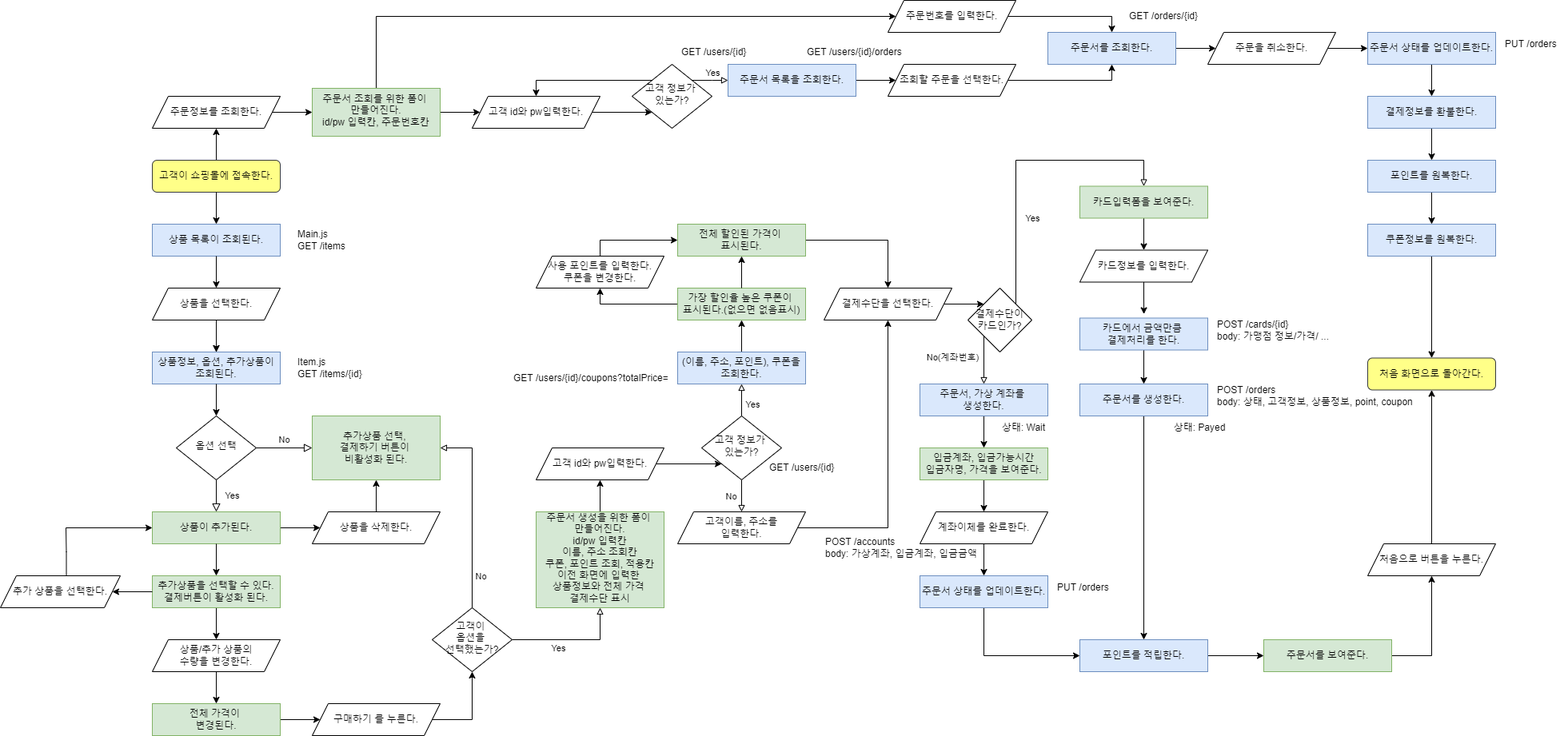
The draw.io diagram DaouShop FlowChart.drawio.png in lianachoi/DaouShopping, before a commit. Source tidied: cells renumbered, new cells last; positions are measured from the earlier drawing's top-left corner, leaving out a move shared by most shapes.
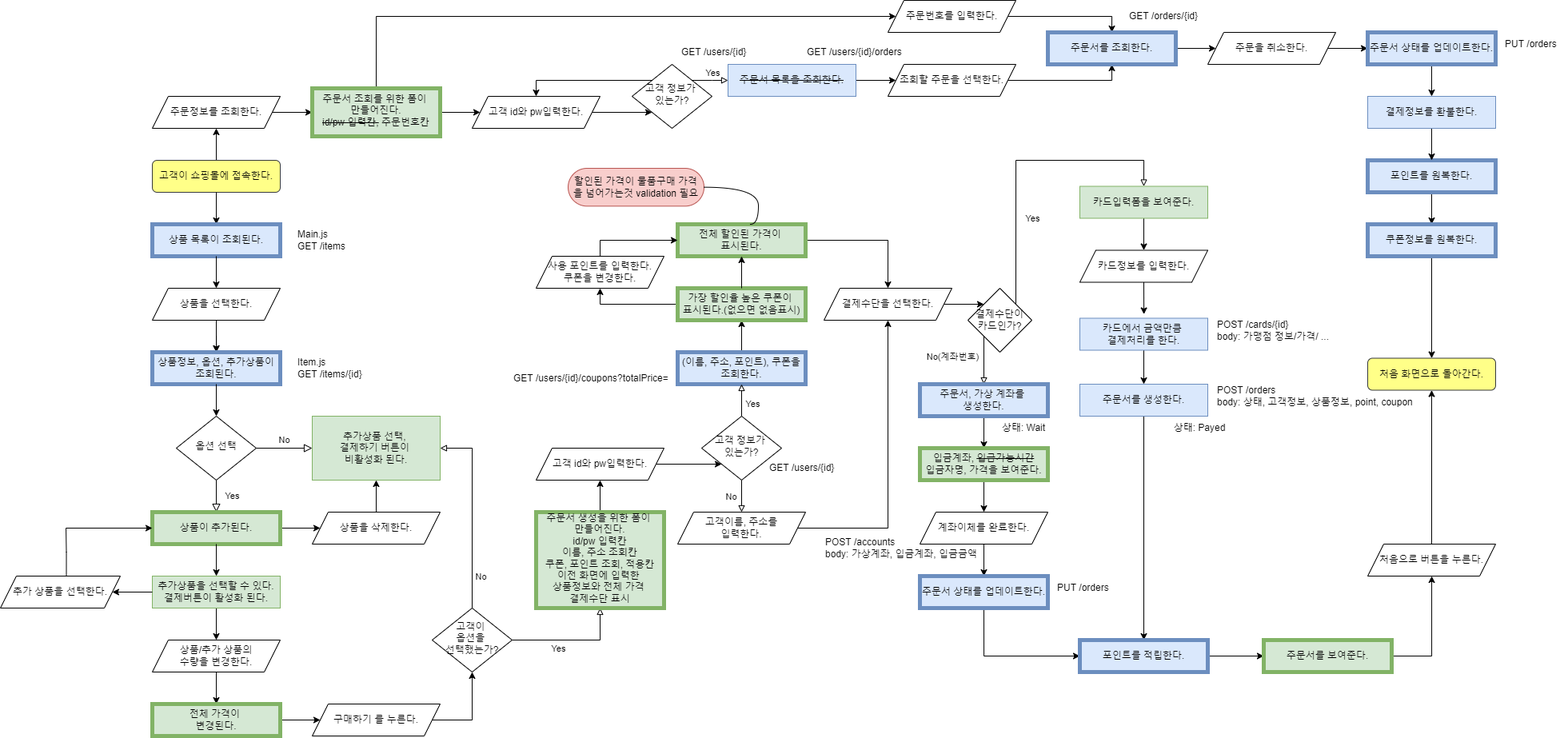
After the commit.

Commit message:
개발 진행건 표시

What changed in the source:
```diff
@@ -23,7 +23,7 @@
     <mxCell id="8" style="edgeStyle=orthogonalEdgeStyle;rounded=0;jettySize=auto;html=1;exitX=0.5;exitY=1;exitDx=0;exitDy=0;" parent="1" edge="1" source="3" target="9">
       <mxGeometry relative="1" as="geometry" />
     </mxCell>
-    <mxCell id="9" value="상품 목록이 조회된다." style="rounded=0;whiteSpace=wrap;html=1;fontSize=12;glass=0;strokeWidth=1;shadow=0;fillColor=#dae8fc;strokeColor=#6c8ebf;" parent="1" vertex="1">
+    <mxCell id="9" value="상품 목록이 조회된다." style="rounded=0;whiteSpace=wrap;html=1;fontSize=12;glass=0;strokeWidth=5;shadow=0;fillColor=#dae8fc;strokeColor=#6c8ebf;" parent="1" vertex="1">
       <mxGeometry x="190" y="280" width="160" height="40" as="geometry" />
     </mxCell>
     <mxCell id="10" style="edgeStyle=orthogonalEdgeStyle;rounded=0;jettySize=auto;html=1;exitX=0.5;exitY=1;exitDx=0;exitDy=0;" parent="1" edge="1" source="9">
@@ -47,7 +47,7 @@
         <mxPoint x="270" y="420" as="sourcePoint" />
       </mxGeometry>
     </mxCell>
-    <mxCell id="15" value="상품정보, 옵션, 추가상품이 조회된다." style="rounded=0;whiteSpace=wrap;html=1;fontSize=12;glass=0;strokeWidth=1;shadow=0;fillColor=#dae8fc;strokeColor=#6c8ebf;" parent="1" vertex="1">
+    <mxCell id="15" value="상품정보, 옵션, 추가상품이 조회된다." style="rounded=0;whiteSpace=wrap;html=1;fontSize=12;glass=0;strokeWidth=5;shadow=0;fillColor=#dae8fc;strokeColor=#6c8ebf;" parent="1" vertex="1">
       <mxGeometry x="190" y="440" width="160" height="40" as="geometry" />
     </mxCell>
     <mxCell id="16" style="edgeStyle=orthogonalEdgeStyle;rounded=0;jettySize=auto;html=1;entryX=0.5;entryY=0;entryDx=0;entryDy=0;" parent="1" edge="1" target="6">
@@ -58,7 +58,7 @@
     <mxCell id="17" style="edgeStyle=orthogonalEdgeStyle;rounded=0;jettySize=auto;html=1;entryX=0;entryY=0.5;entryDx=0;entryDy=0;" parent="1" edge="1" source="18" target="40">
       <mxGeometry relative="1" as="geometry" />
     </mxCell>
-    <mxCell id="18" value="상품이 추가된다." style="rounded=0;whiteSpace=wrap;html=1;fontSize=12;glass=0;strokeWidth=1;shadow=0;fillColor=#d5e8d4;strokeColor=#82b366;" parent="1" vertex="1">
+    <mxCell id="18" value="상품이 추가된다." style="rounded=0;whiteSpace=wrap;html=1;fontSize=12;glass=0;strokeWidth=5;shadow=0;fillColor=#d5e8d4;strokeColor=#82b366;" parent="1" vertex="1">
       <mxGeometry x="190" y="640" width="160" height="40" as="geometry" />
     </mxCell>
     <mxCell id="19" style="edgeStyle=orthogonalEdgeStyle;rounded=0;jettySize=auto;html=1;exitX=0.5;exitY=1;exitDx=0;exitDy=0;entryX=0.5;entryY=0;entryDx=0;entryDy=0;" parent="1" edge="1" source="18" target="22">
@@ -109,7 +109,7 @@
     <mxCell id="27" style="edgeStyle=orthogonalEdgeStyle;rounded=0;jettySize=auto;html=1;entryX=0;entryY=0.5;entryDx=0;entryDy=0;" parent="1" edge="1" source="28" target="43">
       <mxGeometry relative="1" as="geometry" />
     </mxCell>
-    <mxCell id="28" value="전체 가격이 &lt;br&gt;변경된다." style="whiteSpace=wrap;html=1;rounded=0;glass=0;strokeWidth=1;shadow=0;fillColor=#d5e8d4;strokeColor=#82b366;" parent="1" vertex="1">
+    <mxCell id="28" value="전체 가격이 &lt;br&gt;변경된다." style="whiteSpace=wrap;html=1;rounded=0;glass=0;strokeWidth=5;shadow=0;fillColor=#d5e8d4;strokeColor=#82b366;" parent="1" vertex="1">
       <mxGeometry x="190" y="880" width="160" height="40" as="geometry" />
     </mxCell>
     <mxCell id="29" style="edgeStyle=orthogonalEdgeStyle;rounded=0;jettySize=auto;html=1;exitX=1;exitY=0.5;exitDx=0;exitDy=0;entryX=0.5;entryY=1;entryDx=0;entryDy=0;" parent="1" edge="1" source="43" target="35">
@@ -144,7 +144,7 @@
     <mxCell id="36" style="edgeStyle=orthogonalEdgeStyle;rounded=0;jettySize=auto;html=1;exitX=0;exitY=0.5;exitDx=0;exitDy=0;entryX=0.5;entryY=1;entryDx=0;entryDy=0;endArrow=classic;endFill=1;" parent="1" edge="1" source="37" target="61">
       <mxGeometry relative="1" as="geometry" />
     </mxCell>
-    <mxCell id="37" value="가장 할인율 높은 쿠폰이 &lt;br&gt;표시된다.(없으면 없음표시)" style="rounded=0;whiteSpace=wrap;html=1;fillColor=#d5e8d4;strokeColor=#82b366;glass=0;strokeWidth=1;shadow=0;" parent="1" vertex="1">
+    <mxCell id="37" value="가장 할인율 높은 쿠폰이 &lt;br&gt;표시된다.(없으면 없음표시)" style="rounded=0;whiteSpace=wrap;html=1;fillColor=#d5e8d4;strokeColor=#82b366;glass=0;strokeWidth=5;shadow=0;" parent="1" vertex="1">
       <mxGeometry x="847" y="360" width="160" height="40" as="geometry" />
     </mxCell>
     <mxCell id="38" value="GET /users/{id}" style="text;html=1;strokeColor=none;fillColor=none;align=left;verticalAlign=middle;whiteSpace=wrap;rounded=0;" parent="1" vertex="1">
@@ -168,7 +168,7 @@
     <mxCell id="44" style="edgeStyle=orthogonalEdgeStyle;rounded=0;jettySize=auto;html=1;entryX=0.5;entryY=1;entryDx=0;entryDy=0;" parent="1" edge="1" source="45" target="47">
       <mxGeometry relative="1" as="geometry" />
     </mxCell>
-    <mxCell id="45" value="주문서 생성을 위한 폼이 &lt;br&gt;만들어진다.&lt;br&gt;id/pw 입력칸&lt;br&gt;이름, 주소 조회칸&lt;br&gt;쿠폰, 포인트 조회, 적용칸&lt;br&gt;이전 화면에 입력한 &lt;br&gt;상품정보와 전체 가격 &lt;br&gt;결제수단 표시" style="whiteSpace=wrap;html=1;shadow=0;strokeWidth=1;spacing=6;spacingTop=-4;fillColor=#d5e8d4;strokeColor=#82b366;" parent="1" vertex="1">
+    <mxCell id="45" value="주문서 생성을 위한 폼이 &lt;br&gt;만들어진다.&lt;br&gt;id/pw 입력칸&lt;br&gt;이름, 주소 조회칸&lt;br&gt;쿠폰, 포인트 조회, 적용칸&lt;br&gt;이전 화면에 입력한 &lt;br&gt;상품정보와 전체 가격 &lt;br&gt;결제수단 표시" style="whiteSpace=wrap;html=1;shadow=0;strokeWidth=5;spacing=6;spacingTop=-4;fillColor=#d5e8d4;strokeColor=#82b366;" parent="1" vertex="1">
       <mxGeometry x="670" y="640" width="160" height="120" as="geometry" />
     </mxCell>
     <mxCell id="46" style="edgeStyle=orthogonalEdgeStyle;rounded=0;jettySize=auto;html=1;exitX=1;exitY=0.5;exitDx=0;exitDy=0;entryX=0;entryY=1;entryDx=0;entryDy=0;" parent="1" edge="1" source="47" target="54">
@@ -177,7 +177,7 @@
     <mxCell id="47" value="&lt;span style=&quot;&quot;&gt;고객 id와 pw입력한다.&lt;/span&gt;" style="shape=parallelogram;perimeter=parallelogramPerimeter;whiteSpace=wrap;html=1;fixedSize=1;" parent="1" vertex="1">
       <mxGeometry x="670" y="560" width="160" height="40" as="geometry" />
     </mxCell>
-    <mxCell id="48" value="(이름, 주소, 포인트), 쿠폰을&lt;br&gt;조회한다." style="rounded=0;whiteSpace=wrap;html=1;fontSize=12;glass=0;strokeWidth=1;shadow=0;fillColor=#dae8fc;strokeColor=#6c8ebf;" parent="1" vertex="1">
+    <mxCell id="48" value="(이름, 주소, 포인트), 쿠폰을&lt;br&gt;조회한다." style="rounded=0;whiteSpace=wrap;html=1;fontSize=12;glass=0;strokeWidth=5;shadow=0;fillColor=#dae8fc;strokeColor=#6c8ebf;" parent="1" vertex="1">
       <mxGeometry x="847" y="440" width="160" height="40" as="geometry" />
     </mxCell>
     <mxCell id="49" value="GET /users/{id}/coupons?totalPrice=" style="text;html=1;strokeColor=none;fillColor=none;align=left;verticalAlign=middle;whiteSpace=wrap;rounded=0;" parent="1" vertex="1">
@@ -211,7 +211,7 @@
     <mxCell id="57" style="edgeStyle=orthogonalEdgeStyle;rounded=0;jettySize=auto;html=1;exitX=1;exitY=0.5;exitDx=0;exitDy=0;entryX=0.5;entryY=0;entryDx=0;entryDy=0;endArrow=classic;endFill=1;" parent="1" edge="1" source="58" target="63">
       <mxGeometry relative="1" as="geometry" />
     </mxCell>
-    <mxCell id="58" value="전체 할인된 가격이 &lt;br&gt;표시된다." style="rounded=0;whiteSpace=wrap;html=1;fillColor=#d5e8d4;strokeColor=#82b366;glass=0;strokeWidth=1;shadow=0;" parent="1" vertex="1">
+    <mxCell id="58" value="전체 할인된 가격이 &lt;br&gt;표시된다." style="rounded=0;whiteSpace=wrap;html=1;fillColor=#d5e8d4;strokeColor=#82b366;glass=0;strokeWidth=5;shadow=0;" parent="1" vertex="1">
       <mxGeometry x="847" y="280" width="160" height="40" as="geometry" />
     </mxCell>
     <mxCell id="59" style="edgeStyle=orthogonalEdgeStyle;rounded=0;jettySize=auto;html=1;entryX=0.5;entryY=1;entryDx=0;entryDy=0;" parent="1" edge="1" source="37" target="58">
@@ -279,7 +279,7 @@
     <mxCell id="76" style="edgeStyle=orthogonalEdgeStyle;rounded=0;jettySize=auto;html=1;exitX=0.5;exitY=1;exitDx=0;exitDy=0;entryX=0.5;entryY=0;entryDx=0;entryDy=0;endArrow=classic;endFill=1;" parent="1" edge="1" source="77" target="83">
       <mxGeometry relative="1" as="geometry" />
     </mxCell>
-    <mxCell id="77" value="주문서, 가상 계좌를 &lt;br&gt;생성한다." style="rounded=0;whiteSpace=wrap;html=1;fillColor=#dae8fc;strokeColor=#6c8ebf;glass=0;strokeWidth=1;shadow=0;" parent="1" vertex="1">
+    <mxCell id="77" value="주문서, 가상 계좌를 &lt;br&gt;생성한다." style="rounded=0;whiteSpace=wrap;html=1;fillColor=#dae8fc;strokeColor=#6c8ebf;glass=0;strokeWidth=5;shadow=0;" parent="1" vertex="1">
       <mxGeometry x="1150" y="480" width="160" height="40" as="geometry" />
     </mxCell>
     <mxCell id="78" style="edgeStyle=orthogonalEdgeStyle;rounded=0;jettySize=auto;html=1;exitX=0.5;exitY=1;exitDx=0;exitDy=0;entryX=0.5;entryY=0;entryDx=0;entryDy=0;endArrow=classic;endFill=1;" parent="1" edge="1" source="79" target="91">
@@ -297,7 +297,7 @@
     <mxCell id="82" style="edgeStyle=orthogonalEdgeStyle;rounded=0;jettySize=auto;html=1;exitX=0.5;exitY=1;exitDx=0;exitDy=0;entryX=0.5;entryY=0;entryDx=0;entryDy=0;endArrow=classic;endFill=1;" parent="1" edge="1" source="83" target="86">
       <mxGeometry relative="1" as="geometry" />
     </mxCell>
-    <mxCell id="83" value="&lt;span style=&quot;&quot;&gt;입금계좌, 입금가능시간&lt;/span&gt;&lt;br style=&quot;&quot;&gt;&lt;span style=&quot;&quot;&gt;입금자명, 가격을 보여준다.&lt;/span&gt;" style="rounded=0;whiteSpace=wrap;html=1;fillColor=#d5e8d4;strokeColor=#82b366;glass=0;strokeWidth=1;shadow=0;" parent="1" vertex="1">
+    <mxCell id="83" value="입금계좌, &lt;strike&gt;입금가능시간&lt;/strike&gt;&lt;br style=&quot;&quot;&gt;입금자명, 가격을 보여준다." style="rounded=0;whiteSpace=wrap;html=1;fillColor=#d5e8d4;strokeColor=#82b366;glass=0;strokeWidth=5;shadow=0;" parent="1" vertex="1">
       <mxGeometry x="1150" y="560" width="160" height="40" as="geometry" />
     </mxCell>
     <mxCell id="84" value="POST /accounts&lt;br&gt;body: 가상계좌, 입금계좌, 입금금액" style="text;html=1;strokeColor=none;fillColor=none;align=left;verticalAlign=middle;whiteSpace=wrap;rounded=0;" parent="1" vertex="1">
@@ -315,13 +315,13 @@
     <mxCell id="88" style="edgeStyle=orthogonalEdgeStyle;rounded=0;jettySize=auto;html=1;exitX=0.5;exitY=1;exitDx=0;exitDy=0;entryX=0;entryY=0.5;entryDx=0;entryDy=0;endArrow=classic;endFill=1;" parent="1" edge="1" source="89" target="91">
       <mxGeometry relative="1" as="geometry" />
     </mxCell>
-    <mxCell id="89" value="주문서 상태를 업데이트한다." style="rounded=0;whiteSpace=wrap;html=1;fillColor=#dae8fc;strokeColor=#6c8ebf;glass=0;strokeWidth=1;shadow=0;" parent="1" vertex="1">
+    <mxCell id="89" value="주문서 상태를 업데이트한다." style="rounded=0;whiteSpace=wrap;html=1;fillColor=#dae8fc;strokeColor=#6c8ebf;glass=0;strokeWidth=5;shadow=0;" parent="1" vertex="1">
       <mxGeometry x="1150" y="720" width="160" height="40" as="geometry" />
     </mxCell>
     <mxCell id="90" style="edgeStyle=orthogonalEdgeStyle;rounded=0;jettySize=auto;html=1;exitX=1;exitY=0.5;exitDx=0;exitDy=0;entryX=0;entryY=0.5;entryDx=0;entryDy=0;" parent="1" edge="1" source="91" target="128">
       <mxGeometry relative="1" as="geometry" />
     </mxCell>
-    <mxCell id="91" value="포인트를 적립한다." style="rounded=0;whiteSpace=wrap;html=1;fillColor=#dae8fc;strokeColor=#6c8ebf;glass=0;strokeWidth=1;shadow=0;" parent="1" vertex="1">
+    <mxCell id="91" value="포인트를 적립한다." style="rounded=0;whiteSpace=wrap;html=1;fillColor=#dae8fc;strokeColor=#6c8ebf;glass=0;strokeWidth=5;shadow=0;" parent="1" vertex="1">
       <mxGeometry x="1350" y="800" width="160" height="40" as="geometry" />
     </mxCell>
     <mxCell id="92" value="PUT /orders&lt;br&gt;" style="text;html=1;strokeColor=none;fillColor=none;align=left;verticalAlign=middle;whiteSpace=wrap;rounded=0;" parent="1" vertex="1">
@@ -343,7 +343,7 @@
         </Array>
       </mxGeometry>
     </mxCell>
-    <mxCell id="97" value="주문서 조회를 위한 폼이 &lt;br&gt;만들어진다.&lt;br&gt;id/pw 입력칸, 주문번호칸" style="whiteSpace=wrap;html=1;shadow=0;strokeWidth=1;spacing=6;spacingTop=-4;fillColor=#d5e8d4;strokeColor=#82b366;" parent="1" vertex="1">
+    <mxCell id="97" value="주문서 조회를 위한 폼이 &lt;br&gt;만들어진다.&lt;br&gt;&lt;strike&gt;id/pw 입력칸,&lt;/strike&gt; 주문번호칸" style="whiteSpace=wrap;html=1;shadow=0;strokeWidth=5;spacing=6;spacingTop=-4;fillColor=#d5e8d4;strokeColor=#82b366;" parent="1" vertex="1">
       <mxGeometry x="390" y="110" width="160" height="60" as="geometry" />
     </mxCell>
     <mxCell id="98" style="edgeStyle=orthogonalEdgeStyle;rounded=0;jettySize=auto;html=1;exitX=1;exitY=0.5;exitDx=0;exitDy=0;entryX=0;entryY=1;entryDx=0;entryDy=0;endArrow=classic;endFill=1;" parent="1" edge="1" source="99" target="103">
@@ -377,7 +377,7 @@
     <mxCell id="105" style="edgeStyle=orthogonalEdgeStyle;rounded=0;jettySize=auto;html=1;exitX=1;exitY=0.5;exitDx=0;exitDy=0;entryX=0;entryY=0.5;entryDx=0;entryDy=0;endArrow=classic;endFill=1;" parent="1" edge="1" source="106" target="111">
       <mxGeometry relative="1" as="geometry" />
     </mxCell>
-    <mxCell id="106" value="주문서 목록을 조회한다." style="rounded=0;whiteSpace=wrap;html=1;fontSize=12;glass=0;strokeWidth=1;shadow=0;fillColor=#dae8fc;strokeColor=#6c8ebf;" parent="1" vertex="1">
+    <mxCell id="106" value="&lt;strike&gt;주문서 목록을 조회한다.&lt;/strike&gt;" style="rounded=0;whiteSpace=wrap;html=1;fontSize=12;glass=0;strokeWidth=1;shadow=0;fillColor=#dae8fc;strokeColor=#6c8ebf;" parent="1" vertex="1">
       <mxGeometry x="910" y="80" width="160" height="40" as="geometry" />
     </mxCell>
     <mxCell id="107" style="edgeStyle=orthogonalEdgeStyle;rounded=0;jettySize=auto;html=1;exitX=1;exitY=0.5;exitDx=0;exitDy=0;entryX=0.5;entryY=0;entryDx=0;entryDy=0;endArrow=classic;endFill=1;" parent="1" edge="1" source="108" target="113">
@@ -398,7 +398,7 @@
     <mxCell id="112" style="edgeStyle=orthogonalEdgeStyle;rounded=0;jettySize=auto;html=1;exitX=1;exitY=0.5;exitDx=0;exitDy=0;entryX=0;entryY=0.5;entryDx=0;entryDy=0;endArrow=classic;endFill=1;" parent="1" edge="1" source="113" target="116">
       <mxGeometry relative="1" as="geometry" />
     </mxCell>
-    <mxCell id="113" value="주문서를 조회한다." style="rounded=0;whiteSpace=wrap;html=1;fillColor=#dae8fc;strokeColor=#6c8ebf;glass=0;strokeWidth=1;shadow=0;" parent="1" vertex="1">
+    <mxCell id="113" value="주문서를 조회한다." style="rounded=0;whiteSpace=wrap;html=1;fillColor=#dae8fc;strokeColor=#6c8ebf;glass=0;strokeWidth=5;shadow=0;" parent="1" vertex="1">
       <mxGeometry x="1310" y="40" width="160" height="40" as="geometry" />
     </mxCell>
     <mxCell id="114" value="GET /orders/{id}" style="text;html=1;strokeColor=none;fillColor=none;align=left;verticalAlign=middle;whiteSpace=wrap;rounded=0;" parent="1" vertex="1">
@@ -413,7 +413,7 @@
     <mxCell id="117" style="edgeStyle=orthogonalEdgeStyle;rounded=0;jettySize=auto;html=1;exitX=0.5;exitY=1;exitDx=0;exitDy=0;entryX=0.5;entryY=0;entryDx=0;entryDy=0;endArrow=classic;endFill=1;" parent="1" edge="1" source="118" target="125">
       <mxGeometry relative="1" as="geometry" />
     </mxCell>
-    <mxCell id="118" value="주문서 상태를 업데이트한다." style="rounded=0;whiteSpace=wrap;html=1;fillColor=#dae8fc;strokeColor=#6c8ebf;glass=0;strokeWidth=1;shadow=0;" parent="1" vertex="1">
+    <mxCell id="118" value="주문서 상태를 업데이트한다." style="rounded=0;whiteSpace=wrap;html=1;fillColor=#dae8fc;strokeColor=#6c8ebf;glass=0;strokeWidth=5;shadow=0;" parent="1" vertex="1">
       <mxGeometry x="1710" y="40" width="160" height="40" as="geometry" />
     </mxCell>
     <mxCell id="119" value="PUT /orders&lt;br&gt;" style="text;html=1;strokeColor=none;fillColor=none;align=left;verticalAlign=middle;whiteSpace=wrap;rounded=0;" parent="1" vertex="1">
@@ -422,13 +422,13 @@
     <mxCell id="120" style="edgeStyle=orthogonalEdgeStyle;rounded=0;jettySize=auto;html=1;exitX=0.5;exitY=1;exitDx=0;exitDy=0;entryX=0.5;entryY=0;entryDx=0;entryDy=0;endArrow=classic;endFill=1;" parent="1" edge="1" source="121" target="123">
       <mxGeometry relative="1" as="geometry" />
     </mxCell>
-    <mxCell id="121" value="포인트를 원복한다." style="rounded=0;whiteSpace=wrap;html=1;fillColor=#dae8fc;strokeColor=#6c8ebf;glass=0;strokeWidth=1;shadow=0;" parent="1" vertex="1">
+    <mxCell id="121" value="포인트를 원복한다." style="rounded=0;whiteSpace=wrap;html=1;fillColor=#dae8fc;strokeColor=#6c8ebf;glass=0;strokeWidth=5;shadow=0;" parent="1" vertex="1">
       <mxGeometry x="1710" y="200" width="160" height="40" as="geometry" />
     </mxCell>
     <mxCell id="122" style="edgeStyle=orthogonalEdgeStyle;rounded=0;jettySize=auto;html=1;exitX=0.5;exitY=1;exitDx=0;exitDy=0;entryX=0.5;entryY=0;entryDx=0;entryDy=0;" parent="1" edge="1" source="123" target="126">
       <mxGeometry relative="1" as="geometry" />
     </mxCell>
-    <mxCell id="123" value="쿠폰정보를 원복한다." style="rounded=0;whiteSpace=wrap;html=1;fillColor=#dae8fc;strokeColor=#6c8ebf;glass=0;strokeWidth=1;shadow=0;" parent="1" vertex="1">
+    <mxCell id="123" value="쿠폰정보를 원복한다." style="rounded=0;whiteSpace=wrap;html=1;fillColor=#dae8fc;strokeColor=#6c8ebf;glass=0;strokeWidth=5;shadow=0;" parent="1" vertex="1">
       <mxGeometry x="1710" y="280" width="160" height="40" as="geometry" />
     </mxCell>
     <mxCell id="124" style="edgeStyle=orthogonalEdgeStyle;rounded=0;jettySize=auto;html=1;exitX=0.5;exitY=1;exitDx=0;exitDy=0;entryX=0.5;entryY=0;entryDx=0;entryDy=0;endArrow=classic;endFill=1;" parent="1" edge="1" source="125" target="121">
@@ -443,7 +443,7 @@
     <mxCell id="127" style="edgeStyle=orthogonalEdgeStyle;rounded=0;jettySize=auto;html=1;exitX=1;exitY=0.5;exitDx=0;exitDy=0;" parent="1" edge="1" source="128" target="130">
       <mxGeometry relative="1" as="geometry" />
     </mxCell>
-    <mxCell id="128" value="주문서를 보여준다." style="rounded=0;whiteSpace=wrap;html=1;fillColor=#d5e8d4;strokeColor=#82b366;glass=0;strokeWidth=1;shadow=0;" parent="1" vertex="1">
+    <mxCell id="128" value="주문서를 보여준다." style="rounded=0;whiteSpace=wrap;html=1;fillColor=#d5e8d4;strokeColor=#82b366;glass=0;strokeWidth=5;shadow=0;" parent="1" vertex="1">
       <mxGeometry x="1580" y="800" width="160" height="40" as="geometry" />
     </mxCell>
     <mxCell id="129" style="edgeStyle=orthogonalEdgeStyle;rounded=0;jettySize=auto;html=1;exitX=0.5;exitY=0;exitDx=0;exitDy=0;entryX=0.5;entryY=1;entryDx=0;entryDy=0;" parent="1" edge="1" source="130" target="126">
@@ -452,5 +452,13 @@
     <mxCell id="130" value="처음으로 버튼을 누른다." style="shape=parallelogram;perimeter=parallelogramPerimeter;whiteSpace=wrap;html=1;fixedSize=1;" parent="1" vertex="1">
       <mxGeometry x="1710" y="680" width="160" height="40" as="geometry" />
     </mxCell>
+    <mxCell id="131" value="할인된 가격이 물품구매 가격을 넘어가는것 validation 필요" style="whiteSpace=wrap;html=1;rounded=1;arcSize=50;align=center;verticalAlign=middle;strokeWidth=1;spacing=4;newEdgeStyle={&quot;edgeStyle&quot;:&quot;entityRelationEdgeStyle&quot;,&quot;startArrow&quot;:&quot;none&quot;,&quot;endArrow&quot;:&quot;none&quot;,&quot;segment&quot;:10,&quot;curved&quot;:1};fillColor=#f8cecc;strokeColor=#b85450;" parent="1" vertex="1">
+      <mxGeometry x="710" y="210" width="170" height="47.3" as="geometry" />
+    </mxCell>
+    <mxCell id="132" style="edgeStyle=entityRelationEdgeStyle;startArrow=none;endArrow=none;segment=10;curved=1;rounded=0;exitX=0.3;exitY=-0.117;exitDx=0;exitDy=0;exitPerimeter=0;" parent="1" edge="1" target="131">
+      <mxGeometry relative="1" as="geometry">
+        <mxPoint x="938" y="280" as="sourcePoint" />
+      </mxGeometry>
+    </mxCell>
   </root>
 </mxGraphModel>
```
